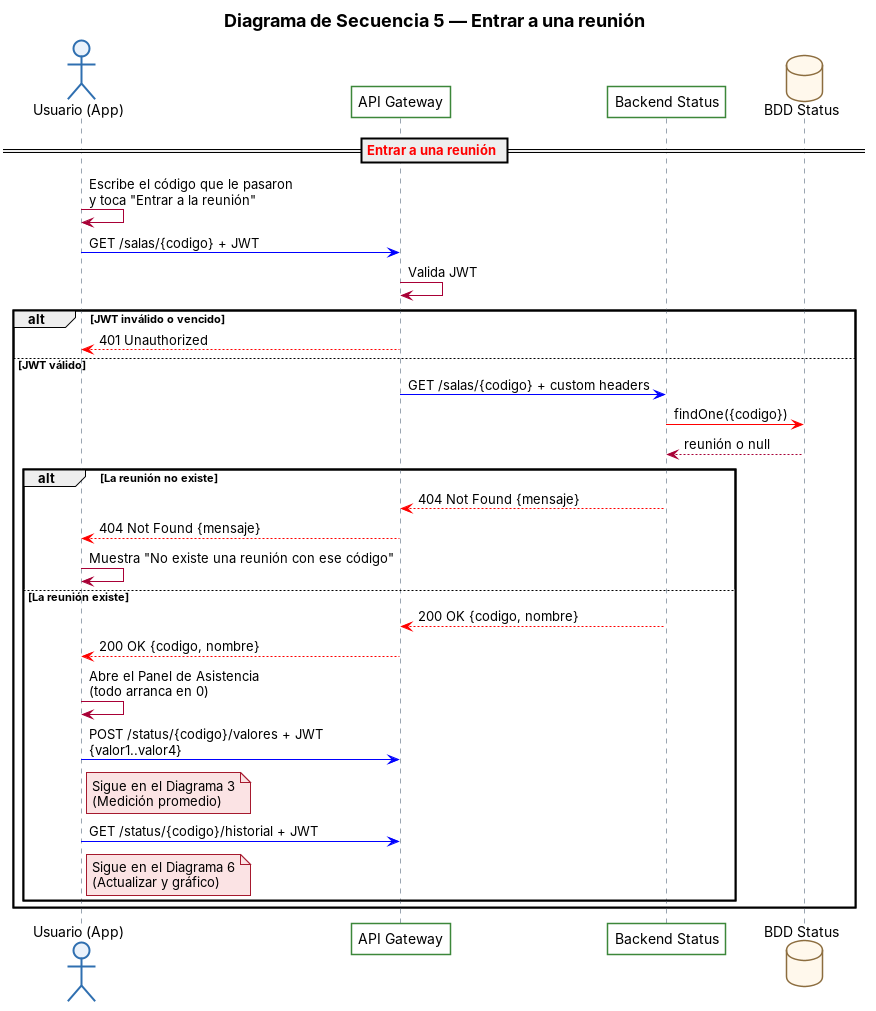
The PlantUML diagram docs/diagramas/6-secuencia-entrar-reunion.png in tatianaperalta2013/panel-asistencia-comunicacion, before a commit. Its source is kept beside it as docs/diagramas/6-secuencia-entrar-reunion.puml.
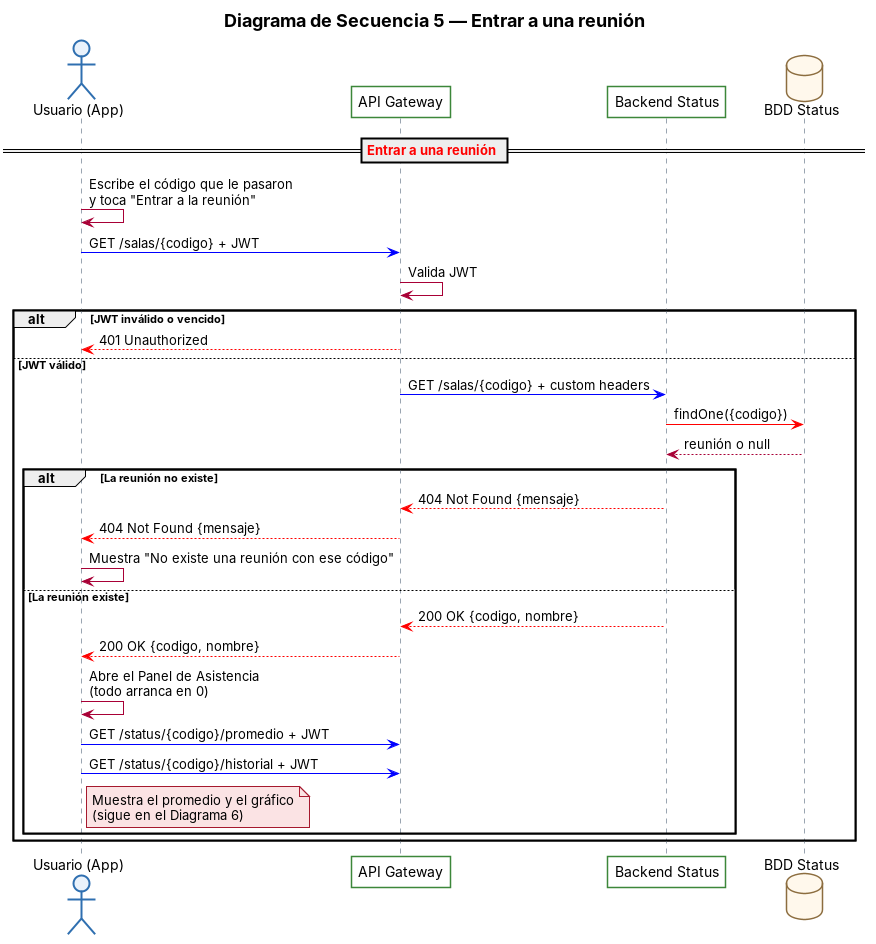
Above is the later version.

Diff of the diagram source:
```diff
@@ -37,10 +37,9 @@
         ST -[#red]-> GW: 200 OK {codigo, nombre}
         GW -[#red]-> A: 200 OK {codigo, nombre}
         A -> A: Abre el Panel de Asistencia\n(todo arranca en 0)
-        A -[#blue]> GW: POST /status/{codigo}/valores + JWT\n{valor1..valor4}
-        note right of A: Sigue en el Diagrama 3\n(Medición promedio)
+        A -[#blue]> GW: GET /status/{codigo}/promedio + JWT
         A -[#blue]> GW: GET /status/{codigo}/historial + JWT
-        note right of A: Sigue en el Diagrama 6\n(Actualizar y gráfico)
+        note right of A: Muestra el promedio y el gráfico\n(sigue en el Diagrama 6)
     end
 end
 @enduml
```
